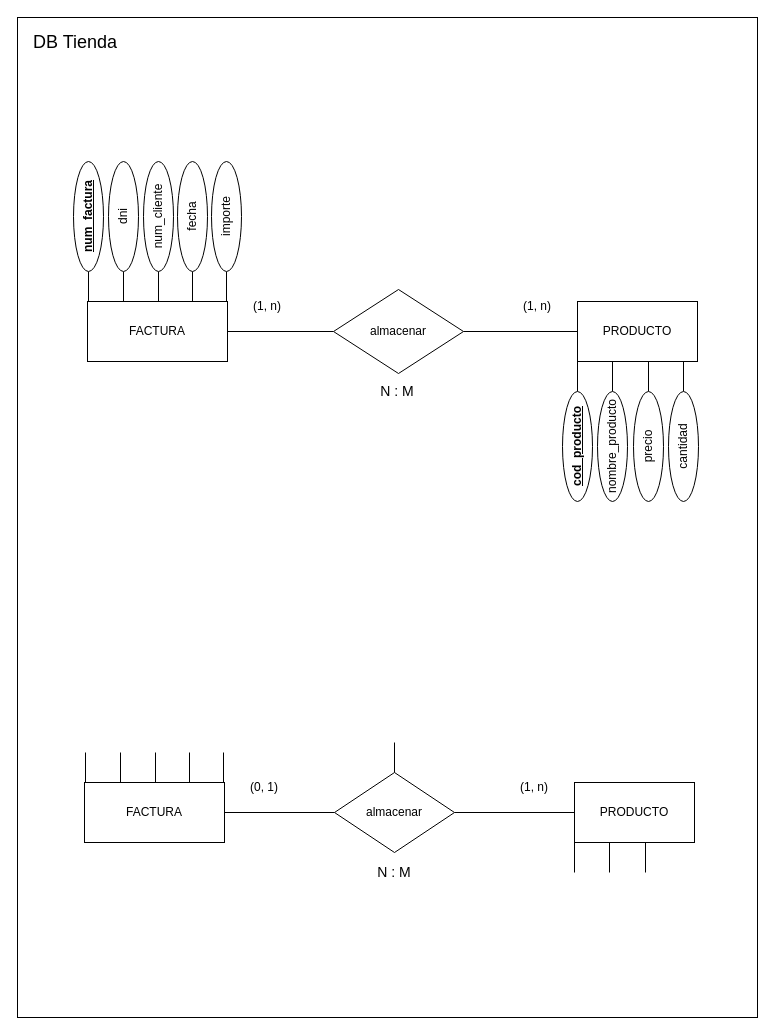
Before: src/BBDD/first_trimester/exercises/ejercicio1/ejercicio1_BBDD_ER.drawio in MLT93/UNIR, a draw.io diagram. Source tidied: cells renumbered, new cells numbered last; positions are measured from the earlier drawing's top-left corner, leaving out a move shared by most shapes. Both pictures are drawn from the tidied source at 100%, with x=0, y=0 at pixel (17, 17).
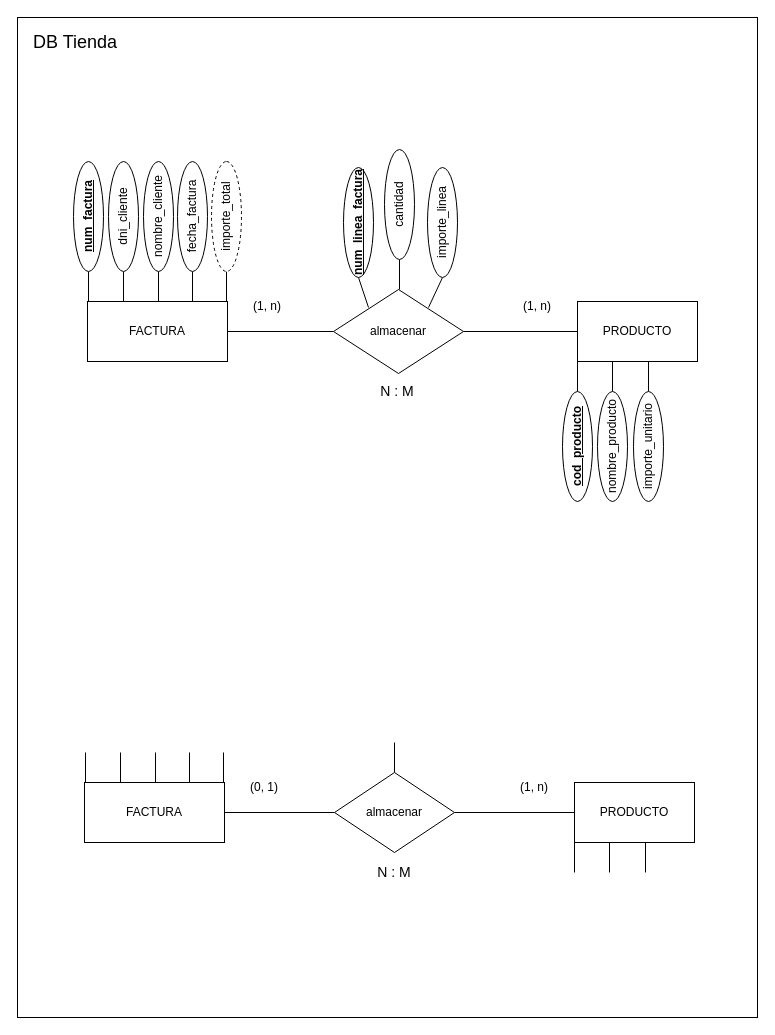
Above is the later version.

What changed in the source:
```diff
@@
-    <mxCell id="11" value="dni" style="ellipse;whiteSpace=wrap;html=1;rotation=-90;" parent="1" vertex="1">
+    <mxCell id="11" value="dni_cliente" style="ellipse;whiteSpace=wrap;html=1;rotation=-90;" parent="1" vertex="1">
       <mxGeometry x="51" y="184" width="110" height="30" as="geometry" />
     </mxCell>
@@
-    <mxCell id="13" value="num_cliente" style="ellipse;whiteSpace=wrap;html=1;rotation=-90;" parent="1" vertex="1">
+    <mxCell id="13" value="nombre_cliente" style="ellipse;whiteSpace=wrap;html=1;rotation=-90;" parent="1" vertex="1">
       <mxGeometry x="86" y="184" width="110" height="30" as="geometry" />
     </mxCell>
@@
-    <mxCell id="15" value="fecha" style="ellipse;whiteSpace=wrap;html=1;rotation=-90;" parent="1" vertex="1">
+    <mxCell id="15" value="fecha_factura" style="ellipse;whiteSpace=wrap;html=1;rotation=-90;" parent="1" vertex="1">
       <mxGeometry x="120" y="184" width="110" height="30" as="geometry" />
     </mxCell>
@@
-    <mxCell id="17" value="importe" style="ellipse;whiteSpace=wrap;html=1;rotation=-90;" parent="1" vertex="1">
+    <mxCell id="17" value="importe_total" style="ellipse;whiteSpace=wrap;html=1;rotation=-90;dashed=1;" parent="1" vertex="1">
       <mxGeometry x="154" y="184" width="110" height="30" as="geometry" />
     </mxCell>
@@
-    <mxCell id="23" value="precio" style="ellipse;whiteSpace=wrap;html=1;rotation=-90;" parent="1" vertex="1">
+    <mxCell id="23" value="importe_unitario" style="ellipse;whiteSpace=wrap;html=1;rotation=-90;" parent="1" vertex="1">
       <mxGeometry x="576" y="414" width="110" height="30" as="geometry" />
     </mxCell>
@@
-    <mxCell id="44" style="endArrow=none;html=1;rounded=0;entryX=0;entryY=0.5;entryDx=0;entryDy=0;" parent="1" edge="1">
-      <mxGeometry relative="1" as="geometry">
-        <mxPoint x="666" y="374" as="sourcePoint" />
-        <mxPoint x="666" y="344" as="targetPoint" />
-      </mxGeometry>
-    </mxCell>
+    <mxCell id="46" value="&lt;font style=&quot;font-size: 18px;&quot;&gt;DB Tienda&lt;/font&gt;" style="text;html=1;align=center;verticalAlign=middle;whiteSpace=wrap;rounded=0;" parent="1" vertex="1">
+      <mxGeometry x="10" y="10" width="96" height="30" as="geometry" />
+    </mxCell>
+    <mxCell id="47" style="endArrow=none;html=1;rounded=0;entryX=0;entryY=0.5;entryDx=0;entryDy=0;" parent="1" edge="1" target="48">
+      <mxGeometry relative="1" as="geometry">
+        <mxPoint x="351" y="290" as="sourcePoint" />
+      </mxGeometry>
+    </mxCell>
+    <mxCell id="48" value="&lt;b&gt;&lt;u&gt;num_linea_factura&lt;/u&gt;&lt;/b&gt;" style="ellipse;whiteSpace=wrap;html=1;rotation=-90;" parent="1" vertex="1">
+      <mxGeometry x="286" y="190" width="110" height="30" as="geometry" />
+    </mxCell>
+    <mxCell id="49" style="endArrow=none;html=1;rounded=0;entryX=0;entryY=0.5;entryDx=0;entryDy=0;" parent="1" edge="1" target="45">
+      <mxGeometry relative="1" as="geometry">
+        <mxPoint x="382" y="272" as="sourcePoint" />
+      </mxGeometry>
+    </mxCell>
     <mxCell id="45" value="cantidad" style="ellipse;whiteSpace=wrap;html=1;rotation=-90;" parent="1" vertex="1">
-      <mxGeometry x="611" y="414" width="110" height="30" as="geometry" />
+      <mxGeometry x="327" y="172" width="110" height="30" as="geometry" />
     </mxCell>
-    <mxCell id="46" value="&lt;font style=&quot;font-size: 18px;&quot;&gt;DB Tienda&lt;/font&gt;" style="text;html=1;align=center;verticalAlign=middle;whiteSpace=wrap;rounded=0;" parent="1" vertex="1">
-      <mxGeometry x="10" y="10" width="96" height="30" as="geometry" />
-    </mxCell>
+    <mxCell id="50" style="endArrow=none;html=1;rounded=0;entryX=0;entryY=0.5;entryDx=0;entryDy=0;" parent="1" edge="1" target="51">
+      <mxGeometry relative="1" as="geometry">
+        <mxPoint x="411" y="290" as="sourcePoint" />
+      </mxGeometry>
+    </mxCell>
+    <mxCell id="51" value="importe_linea" style="ellipse;whiteSpace=wrap;html=1;rotation=-90;" parent="1" vertex="1">
+      <mxGeometry x="370" y="190" width="110" height="30" as="geometry" />
+    </mxCell>
```
